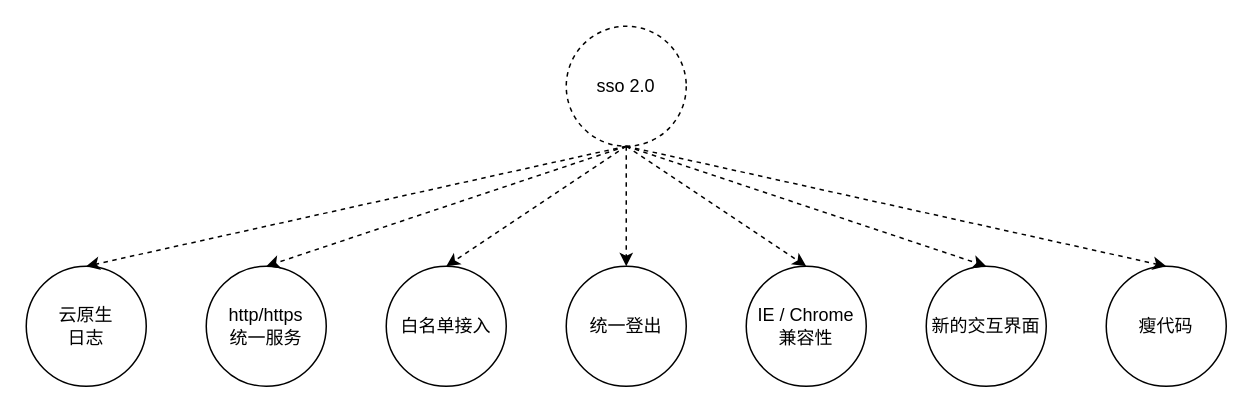
Earlier version of the draw.io diagram page "Page-3" (3 of 4) of sso.drawio (zhangjiongcn/drawio). Source tidied: cells renumbered, new cells numbered last; positions are measured from the earlier drawing's top-left corner, leaving out a move shared by most shapes. Both pictures are drawn from the tidied source at 150%, with x=0, y=0 at pixel (26, 26).
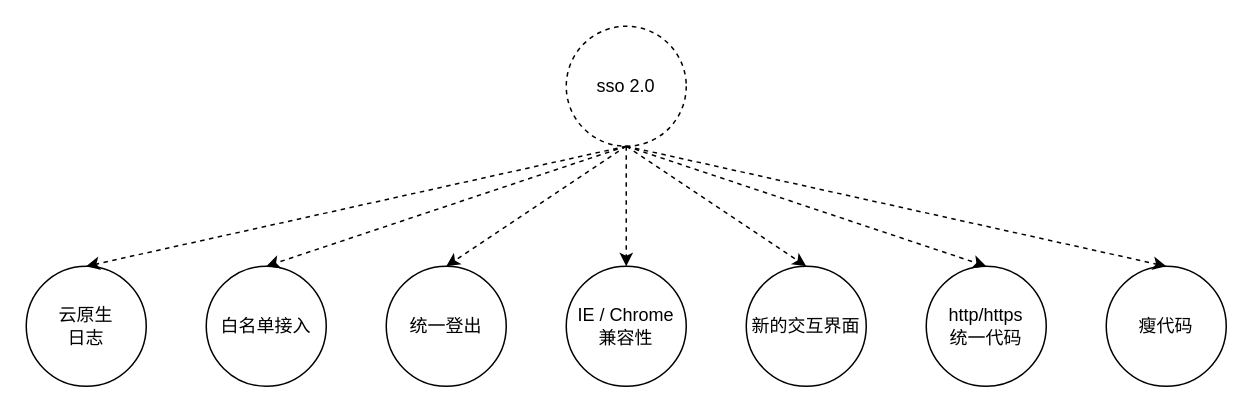
After the change.

Diff of the diagram source:
```diff
@@
 <mxGraphModel>
   <root>
     <mxCell id="0" />
     <mxCell id="1" parent="0" />
     <mxCell id="2" value="sso 2.0" style="ellipse;whiteSpace=wrap;html=1;dashed=1;" parent="1" vertex="1">
       <mxGeometry x="360" width="80" height="80" as="geometry" />
     </mxCell>
     <mxCell id="3" value="云原生&lt;br&gt;日志" style="ellipse;whiteSpace=wrap;html=1;" parent="1" vertex="1">
       <mxGeometry y="160" width="80" height="80" as="geometry" />
     </mxCell>
-    <mxCell id="4" value="http/https&lt;br&gt;统一服务" style="ellipse;whiteSpace=wrap;html=1;" parent="1" vertex="1">
-      <mxGeometry x="120" y="160" width="80" height="80" as="geometry" />
+    <mxCell id="4" value="http/https&lt;br&gt;统一代码" style="ellipse;whiteSpace=wrap;html=1;" parent="1" vertex="1">
+      <mxGeometry x="600" y="160" width="80" height="80" as="geometry" />
     </mxCell>
     <mxCell id="5" value="统一登出" style="ellipse;whiteSpace=wrap;html=1;" parent="1" vertex="1">
-      <mxGeometry x="360" y="160" width="80" height="80" as="geometry" />
+      <mxGeometry x="240" y="160" width="80" height="80" as="geometry" />
     </mxCell>
     <mxCell id="6" style="endArrow=classic;html=1;exitX=0.5;exitY=1;exitDx=0;exitDy=0;entryX=0.5;entryY=0;entryDx=0;entryDy=0;dashed=1;" parent="1" edge="1" source="2" target="3">
       <mxGeometry relative="1" as="geometry" />
     </mxCell>
     <mxCell id="7" style="endArrow=classic;html=1;exitX=0.5;exitY=1;exitDx=0;exitDy=0;entryX=0.5;entryY=0;entryDx=0;entryDy=0;dashed=1;" parent="1" edge="1" source="2" target="4">
       <mxGeometry relative="1" as="geometry" />
     </mxCell>
     <mxCell id="8" style="endArrow=classic;html=1;exitX=0.5;exitY=1;exitDx=0;exitDy=0;entryX=0.5;entryY=0;entryDx=0;entryDy=0;dashed=1;" parent="1" edge="1" source="2" target="5">
       <mxGeometry relative="1" as="geometry" />
     </mxCell>
     <mxCell id="9" value="IE / Chrome&lt;br&gt;兼容性" style="ellipse;whiteSpace=wrap;html=1;" parent="1" vertex="1">
-      <mxGeometry x="480" y="160" width="80" height="80" as="geometry" />
+      <mxGeometry x="360" y="160" width="80" height="80" as="geometry" />
     </mxCell>
     <mxCell id="10" style="endArrow=classic;html=1;exitX=0.5;exitY=1;exitDx=0;exitDy=0;entryX=0.5;entryY=0;entryDx=0;entryDy=0;dashed=1;" parent="1" edge="1" source="2" target="9">
       <mxGeometry relative="1" as="geometry" />
     </mxCell>
     <mxCell id="11" value="新的交互界面" style="ellipse;whiteSpace=wrap;html=1;" parent="1" vertex="1">
-      <mxGeometry x="600" y="160" width="80" height="80" as="geometry" />
+      <mxGeometry x="480" y="160" width="80" height="80" as="geometry" />
     </mxCell>
     <mxCell id="12" style="endArrow=classic;html=1;entryX=0.5;entryY=0;entryDx=0;entryDy=0;exitX=0.5;exitY=1;exitDx=0;exitDy=0;dashed=1;" parent="1" edge="1" source="2" target="11">
       <mxGeometry relative="1" as="geometry" />
     </mxCell>
     <mxCell id="13" value="白名单接入" style="ellipse;whiteSpace=wrap;html=1;" parent="1" vertex="1">
-      <mxGeometry x="240" y="160" width="80" height="80" as="geometry" />
+      <mxGeometry x="120" y="160" width="80" height="80" as="geometry" />
     </mxCell>
     <mxCell id="14" style="endArrow=classic;html=1;entryX=0.5;entryY=0;entryDx=0;entryDy=0;exitX=0.5;exitY=1;exitDx=0;exitDy=0;dashed=1;" parent="1" edge="1" source="2" target="13">
       <mxGeometry relative="1" as="geometry" />
     </mxCell>
     <mxCell id="15" value="瘦代码" style="ellipse;whiteSpace=wrap;html=1;" parent="1" vertex="1">
       <mxGeometry x="720" y="160" width="80" height="80" as="geometry" />
     </mxCell>
     <mxCell id="16" style="endArrow=classic;html=1;entryX=0.5;entryY=0;entryDx=0;entryDy=0;exitX=0.5;exitY=1;exitDx=0;exitDy=0;dashed=1;" parent="1" edge="1" source="2" target="15">
       <mxGeometry relative="1" as="geometry" />
     </mxCell>
   </root>
 </mxGraphModel>
```
